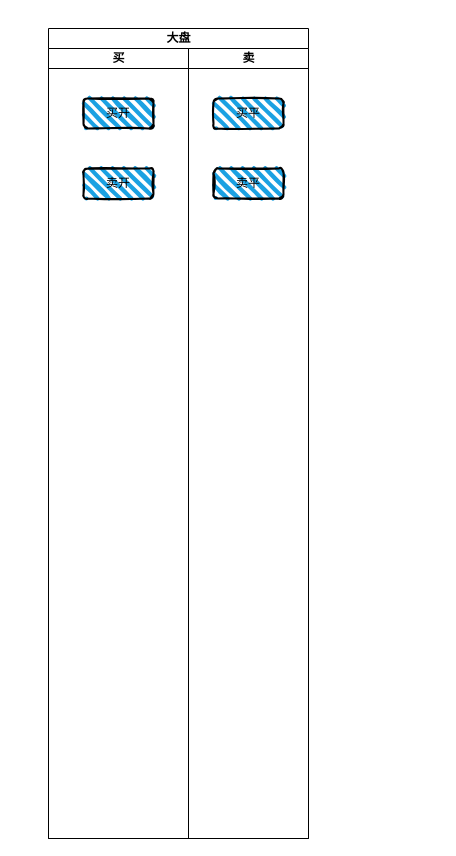
Before: 项目工程/点价通/期货大盘.drawio in lq460541033/draw_dev, a draw.io diagram. Source tidied: cells renumbered, new cells numbered last; positions are measured from the earlier drawing's top-left corner, leaving out a move shared by most shapes. Both pictures are drawn from the tidied source at 100%, with x=0, y=0 at pixel (48, 28).
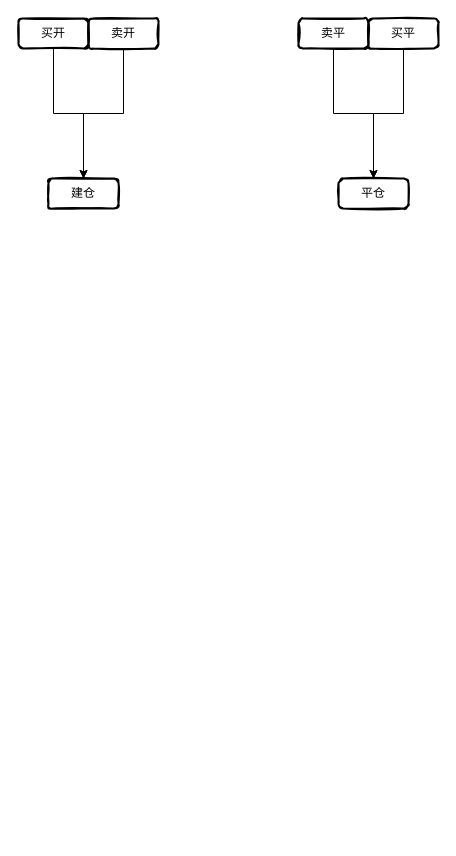
The same page after the edit.

Diff of the diagram source:
```diff
@@
 <mxGraphModel>
   <root>
     <mxCell id="0" />
     <mxCell id="1" parent="0" />
-    <mxCell id="2" value="大盘" style="swimlane;html=1;startSize=20;" parent="1" vertex="1">
-      <mxGeometry width="260" height="810" as="geometry" />
-    </mxCell>
-    <mxCell id="3" value="买" style="swimlane;html=1;startSize=20;" parent="2" vertex="1">
-      <mxGeometry y="20" width="140" height="790" as="geometry" />
-    </mxCell>
+    <mxCell id="9" value="建仓" style="rounded=1;whiteSpace=wrap;html=1;strokeWidth=2;fillWeight=4;hachureGap=8;hachureAngle=45;sketch=1;fillColor=none;" parent="1" vertex="1">
+      <mxGeometry y="150" width="70" height="30" as="geometry" />
+    </mxCell>
+    <mxCell id="10" style="edgeStyle=orthogonalEdgeStyle;rounded=0;jettySize=auto;html=1;entryX=0.5;entryY=0;entryDx=0;entryDy=0;" parent="1" edge="1" source="7" target="14">
+      <mxGeometry relative="1" as="geometry" />
+    </mxCell>
+    <mxCell id="7" value="买平" style="rounded=1;whiteSpace=wrap;html=1;strokeWidth=2;fillWeight=4;hachureGap=8;hachureAngle=45;sketch=1;fillColor=none;" parent="1" vertex="1">
+      <mxGeometry x="320" y="-10" width="70" height="30" as="geometry" />
+    </mxCell>
+    <mxCell id="11" style="edgeStyle=orthogonalEdgeStyle;rounded=0;jettySize=auto;html=1;entryX=0.5;entryY=0;entryDx=0;entryDy=0;" parent="1" edge="1" source="8" target="14">
+      <mxGeometry relative="1" as="geometry" />
+    </mxCell>
+    <mxCell id="8" value="卖平" style="rounded=1;whiteSpace=wrap;html=1;strokeWidth=2;fillWeight=4;hachureGap=8;hachureAngle=45;sketch=1;fillColor=none;" parent="1" vertex="1">
+      <mxGeometry x="250" y="-10" width="70" height="30" as="geometry" />
+    </mxCell>
+    <mxCell id="12" style="edgeStyle=orthogonalEdgeStyle;rounded=0;jettySize=auto;html=1;entryX=0.5;entryY=0;entryDx=0;entryDy=0;" parent="1" edge="1" source="5" target="9">
+      <mxGeometry relative="1" as="geometry" />
+    </mxCell>
+    <mxCell id="5" value="卖开" style="rounded=1;whiteSpace=wrap;html=1;strokeWidth=2;fillWeight=4;hachureGap=8;hachureAngle=45;sketch=1;fillColor=none;" parent="1" vertex="1">
+      <mxGeometry x="40" y="-10" width="70" height="30" as="geometry" />
+    </mxCell>
+    <mxCell id="13" style="edgeStyle=orthogonalEdgeStyle;rounded=0;jettySize=auto;html=1;entryX=0.5;entryY=0;entryDx=0;entryDy=0;" parent="1" edge="1" source="4" target="9">
+      <mxGeometry relative="1" as="geometry" />
+    </mxCell>
-    <mxCell id="4" value="买开" style="rounded=1;whiteSpace=wrap;html=1;strokeWidth=2;fillWeight=4;hachureGap=8;hachureAngle=45;fillColor=#1ba1e2;sketch=1;" parent="3" vertex="1">
-      <mxGeometry x="35" y="50" width="70" height="30" as="geometry" />
+    <mxCell id="4" value="买开" style="rounded=1;whiteSpace=wrap;html=1;strokeWidth=2;fillWeight=4;hachureGap=8;hachureAngle=45;sketch=1;fillColor=none;" parent="1" vertex="1">
+      <mxGeometry x="-30" y="-10" width="70" height="30" as="geometry" />
     </mxCell>
-    <mxCell id="5" value="卖开" style="rounded=1;whiteSpace=wrap;html=1;strokeWidth=2;fillWeight=4;hachureGap=8;hachureAngle=45;fillColor=#1ba1e2;sketch=1;" parent="3" vertex="1">
-      <mxGeometry x="35" y="120" width="70" height="30" as="geometry" />
-    </mxCell>
-    <mxCell id="6" value="卖" style="swimlane;html=1;startSize=20;" parent="2" vertex="1">
-      <mxGeometry x="140" y="20" width="120" height="790" as="geometry" />
-    </mxCell>
-    <mxCell id="7" value="买平" style="rounded=1;whiteSpace=wrap;html=1;strokeWidth=2;fillWeight=4;hachureGap=8;hachureAngle=45;fillColor=#1ba1e2;sketch=1;" parent="6" vertex="1">
-      <mxGeometry x="25" y="50" width="70" height="30" as="geometry" />
-    </mxCell>
-    <mxCell id="8" value="卖平" style="rounded=1;whiteSpace=wrap;html=1;strokeWidth=2;fillWeight=4;hachureGap=8;hachureAngle=45;fillColor=#1ba1e2;sketch=1;" parent="6" vertex="1">
-      <mxGeometry x="25" y="120" width="70" height="30" as="geometry" />
-    </mxCell>
+    <mxCell id="14" value="平仓" style="rounded=1;whiteSpace=wrap;html=1;strokeWidth=2;fillWeight=4;hachureGap=8;hachureAngle=45;sketch=1;fillColor=none;" parent="1" vertex="1">
+      <mxGeometry x="290" y="150" width="70" height="30" as="geometry" />
+    </mxCell>
   </root>
 </mxGraphModel>
```
